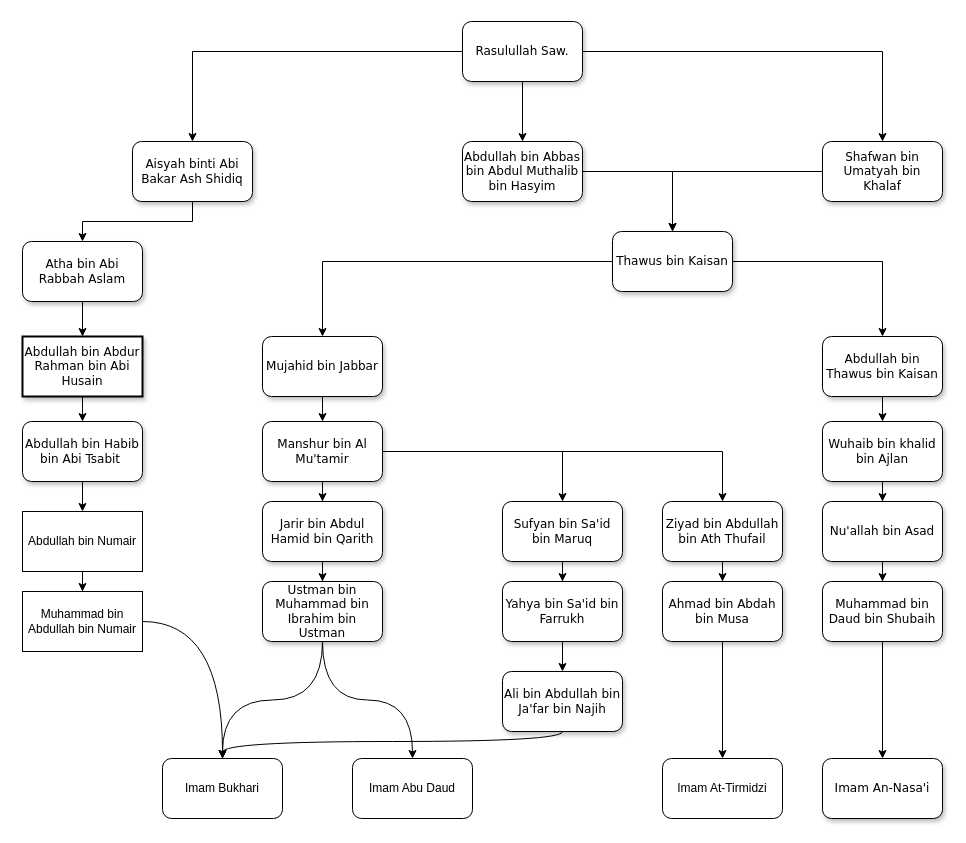
Alfthrpy/Iseng keeps this draw.io diagram as Untitled Diagram.drawio. Above is the earlier version. Source tidied: cells renumbered, new cells numbered last; positions are measured from the earlier drawing's top-left corner, leaving out a move shared by most shapes. Both pictures are drawn from the tidied source at 100%, with x=0, y=0 at pixel (22, 21).
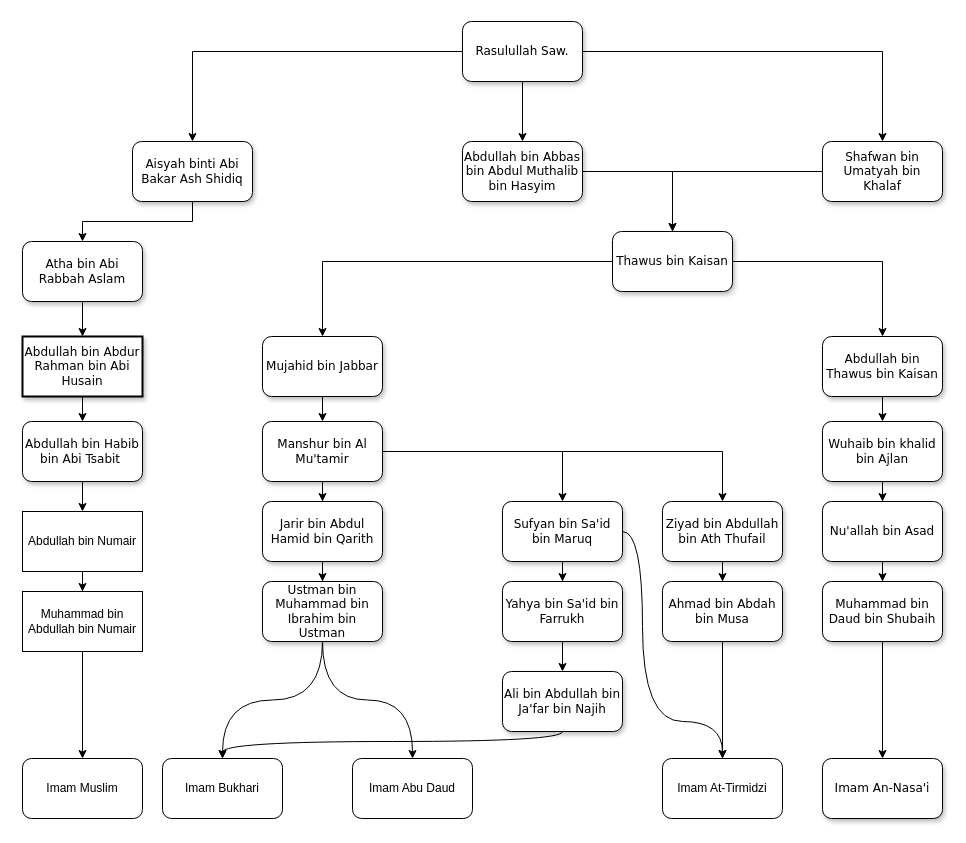
The same page after the edit.

The change refers to these unchanged cells:
```xml
<mxCell id="19" value="Muhammad bin Abdullah bin Numair" style="whiteSpace=wrap;html=1;rounded=0;" parent="1" vertex="1">
  <mxGeometry y="570" width="120" height="60" as="geometry" />
</mxCell>
<mxCell id="35" value="Sufyan bin Sa'id bin Maruq" style="whiteSpace=wrap;html=1;fontFamily=Verdana;rounded=1;shadow=1;labelBackgroundColor=none;strokeWidth=1;" parent="1" vertex="1">
  <mxGeometry x="480" y="480" width="120" height="60" as="geometry" />
</mxCell>
<mxCell id="40" value="Imam Bukhari" style="rounded=1;whiteSpace=wrap;html=1;" parent="1" vertex="1">
  <mxGeometry x="140" y="737" width="120" height="60" as="geometry" />
</mxCell>
<mxCell id="45" value="Imam At-Tirmidzi" style="rounded=1;whiteSpace=wrap;html=1;" parent="1" vertex="1">
  <mxGeometry x="640" y="737" width="120" height="60" as="geometry" />
</mxCell>
```

Change to the diagram source:
```diff
@@
-    <mxCell id="18" style="edgeStyle=orthogonalEdgeStyle;jettySize=auto;html=1;entryX=0.5;entryY=0;entryDx=0;entryDy=0;curved=1;" parent="1" edge="1" source="19" target="40">
-      <mxGeometry relative="1" as="geometry" />
-    </mxCell>
+    <mxCell id="58" style="edgeStyle=orthogonalEdgeStyle;rounded=0;jettySize=auto;html=1;" parent="1" edge="1" source="19" target="60">
+      <mxGeometry relative="1" as="geometry" />
+    </mxCell>
@@
+    <mxCell id="59" style="edgeStyle=orthogonalEdgeStyle;rounded=0;jettySize=auto;html=1;entryX=0.5;entryY=0;entryDx=0;entryDy=0;curved=1;" parent="1" edge="1" source="35" target="45">
+      <mxGeometry relative="1" as="geometry">
+        <Array as="points">
+          <mxPoint x="620" y="510" />
+          <mxPoint x="620" y="700" />
+          <mxPoint x="700" y="700" />
+        </Array>
+      </mxGeometry>
+    </mxCell>
@@
+    <mxCell id="60" value="Imam Muslim" style="rounded=1;whiteSpace=wrap;html=1;" parent="1" vertex="1">
+      <mxGeometry y="737" width="120" height="60" as="geometry" />
+    </mxCell>
```
